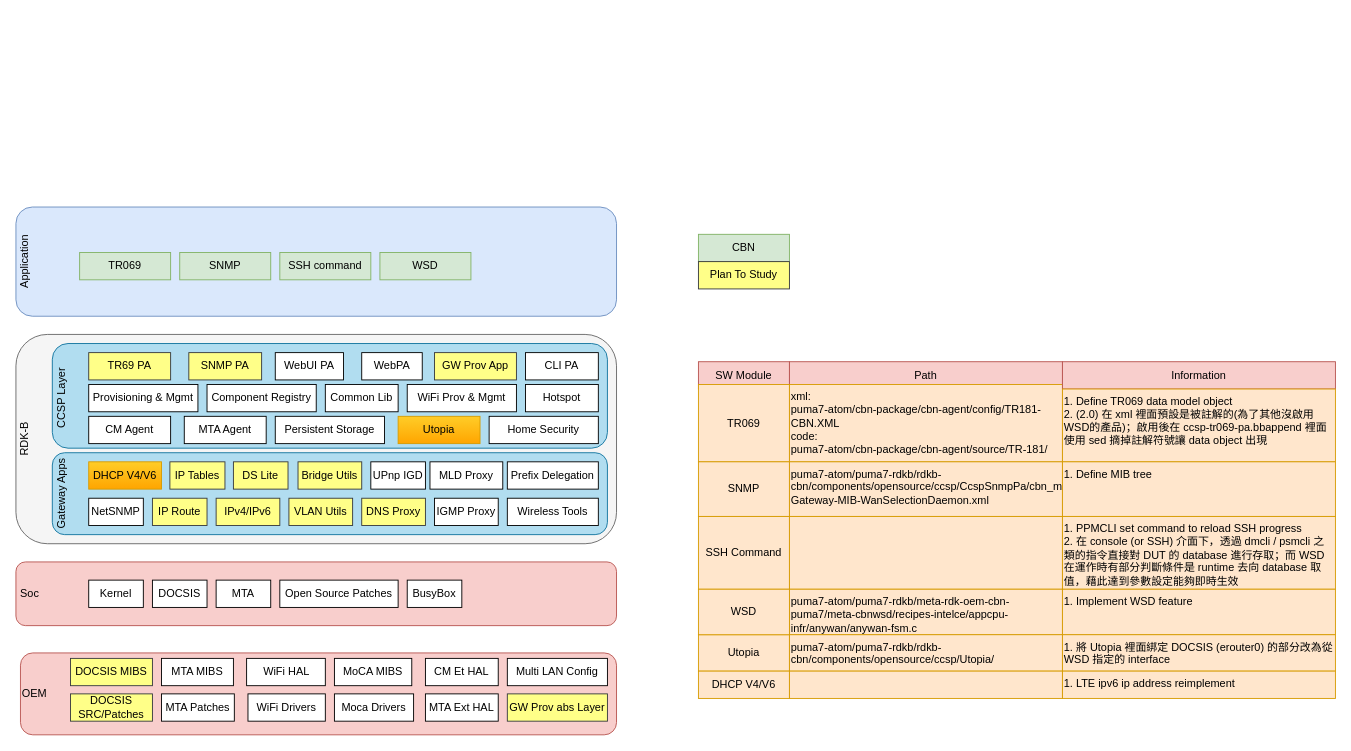
Before: page "Architecture" (3 of 12) of Puma7.drawio in nelsonchung/drawio, a draw.io diagram. Source tidied: cells renumbered, new cells numbered last; positions are measured from the earlier drawing's top-left corner, leaving out a move shared by most shapes. Both pictures are drawn from the tidied source at 91%, with x=0, y=0 at pixel (-3, 207).
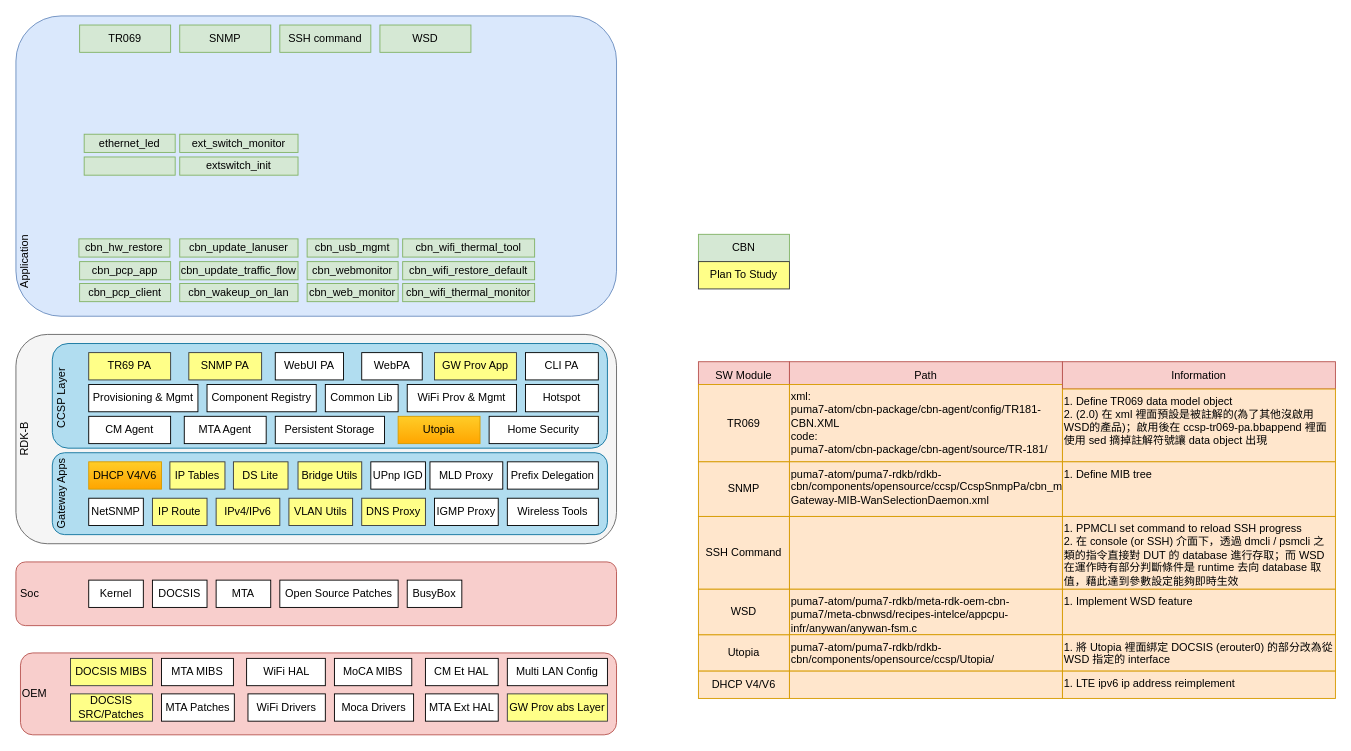
The same page after the edit.

The edit, as a diff of the source:
```diff
@@
     <mxCell id="5" style="rounded=1;whiteSpace=wrap;html=1;fillColor=#dae8fc;strokeColor=#6c8ebf;align=left;" parent="1" vertex="1">
-      <mxGeometry x="20" width="660" height="120" as="geometry" />
+      <mxGeometry x="20" y="-210" width="660" height="330" as="geometry" />
     </mxCell>
     <mxCell id="6" value="TR069" style="rounded=0;whiteSpace=wrap;html=1;fillColor=#d5e8d4;strokeColor=#82b366;" parent="1" vertex="1">
-      <mxGeometry x="90" y="50" width="100" height="30" as="geometry" />
+      <mxGeometry x="90" y="-200" width="100" height="30" as="geometry" />
     </mxCell>
     <mxCell id="7" value="SNMP" style="rounded=0;whiteSpace=wrap;html=1;fillColor=#d5e8d4;strokeColor=#82b366;" parent="1" vertex="1">
-      <mxGeometry x="200" y="50" width="100" height="30" as="geometry" />
+      <mxGeometry x="200" y="-200" width="100" height="30" as="geometry" />
     </mxCell>
     <mxCell id="8" value="SSH command" style="rounded=0;whiteSpace=wrap;html=1;fillColor=#d5e8d4;strokeColor=#82b366;" parent="1" vertex="1">
-      <mxGeometry x="310" y="50" width="100" height="30" as="geometry" />
+      <mxGeometry x="310" y="-200" width="100" height="30" as="geometry" />
     </mxCell>
@@
     <mxCell id="64" value="WSD" style="rounded=0;whiteSpace=wrap;html=1;fillColor=#d5e8d4;strokeColor=#82b366;" parent="1" vertex="1">
-      <mxGeometry x="420" y="50" width="100" height="30" as="geometry" />
+      <mxGeometry x="420" y="-200" width="100" height="30" as="geometry" />
     </mxCell>
@@
+    <mxCell id="88" value="cbn_hw_restore" style="rounded=0;whiteSpace=wrap;html=1;fillColor=#d5e8d4;strokeColor=#82b366;" parent="1" vertex="1">
+      <mxGeometry x="89.2" y="35" width="100" height="20" as="geometry" />
+    </mxCell>
+    <mxCell id="89" value="cbn_pcp_app" style="rounded=0;whiteSpace=wrap;html=1;fillColor=#d5e8d4;strokeColor=#82b366;" parent="1" vertex="1">
+      <mxGeometry x="90" y="60" width="100" height="20" as="geometry" />
+    </mxCell>
+    <mxCell id="90" value="cbn_pcp_client" style="rounded=0;whiteSpace=wrap;html=1;fillColor=#d5e8d4;strokeColor=#82b366;" parent="1" vertex="1">
+      <mxGeometry x="90" y="84" width="100" height="20" as="geometry" />
+    </mxCell>
+    <mxCell id="91" value="cbn_update_lanuser" style="rounded=0;whiteSpace=wrap;html=1;fillColor=#d5e8d4;strokeColor=#82b366;" parent="1" vertex="1">
+      <mxGeometry x="200" y="35" width="130" height="20" as="geometry" />
+    </mxCell>
+    <mxCell id="92" value="cbn_update_traffic_flow" style="rounded=0;whiteSpace=wrap;html=1;fillColor=#d5e8d4;strokeColor=#82b366;" parent="1" vertex="1">
+      <mxGeometry x="200" y="60" width="130" height="20" as="geometry" />
+    </mxCell>
+    <mxCell id="93" value="cbn_wakeup_on_lan" style="rounded=0;whiteSpace=wrap;html=1;fillColor=#d5e8d4;strokeColor=#82b366;" parent="1" vertex="1">
+      <mxGeometry x="200" y="84" width="130" height="20" as="geometry" />
+    </mxCell>
+    <mxCell id="94" value="cbn_usb_mgmt" style="rounded=0;whiteSpace=wrap;html=1;fillColor=#d5e8d4;strokeColor=#82b366;" parent="1" vertex="1">
+      <mxGeometry x="340" y="35" width="100" height="20" as="geometry" />
+    </mxCell>
+    <mxCell id="95" value="cbn_webmonitor" style="rounded=0;whiteSpace=wrap;html=1;fillColor=#d5e8d4;strokeColor=#82b366;" parent="1" vertex="1">
+      <mxGeometry x="340" y="60" width="100" height="20" as="geometry" />
+    </mxCell>
+    <mxCell id="96" value="cbn_wifi_thermal_tool" style="rounded=0;whiteSpace=wrap;html=1;fillColor=#d5e8d4;strokeColor=#82b366;" parent="1" vertex="1">
+      <mxGeometry x="445" y="35" width="145" height="20" as="geometry" />
+    </mxCell>
+    <mxCell id="97" value="cbn_wifi_restore_default" style="rounded=0;whiteSpace=wrap;html=1;fillColor=#d5e8d4;strokeColor=#82b366;" parent="1" vertex="1">
+      <mxGeometry x="445" y="60" width="145" height="20" as="geometry" />
+    </mxCell>
+    <mxCell id="98" value="cbn_wifi_thermal_monitor" style="rounded=0;whiteSpace=wrap;html=1;fillColor=#d5e8d4;strokeColor=#82b366;" parent="1" vertex="1">
+      <mxGeometry x="445" y="84" width="145" height="20" as="geometry" />
+    </mxCell>
+    <mxCell id="99" value="cbn_web_monitor" style="rounded=0;whiteSpace=wrap;html=1;fillColor=#d5e8d4;strokeColor=#82b366;" parent="1" vertex="1">
+      <mxGeometry x="340" y="84" width="100" height="20" as="geometry" />
+    </mxCell>
+    <mxCell id="100" value="ethernet_led" style="rounded=0;whiteSpace=wrap;html=1;fillColor=#d5e8d4;strokeColor=#82b366;" parent="1" vertex="1">
+      <mxGeometry x="95" y="-80" width="100" height="20" as="geometry" />
+    </mxCell>
+    <mxCell id="101" style="rounded=0;whiteSpace=wrap;html=1;fillColor=#d5e8d4;strokeColor=#82b366;" parent="1" vertex="1">
+      <mxGeometry x="95" y="-55" width="100" height="20" as="geometry" />
+    </mxCell>
+    <mxCell id="102" value="ext_switch_monitor" style="rounded=0;whiteSpace=wrap;html=1;fillColor=#d5e8d4;strokeColor=#82b366;" parent="1" vertex="1">
+      <mxGeometry x="200" y="-80" width="130" height="20" as="geometry" />
+    </mxCell>
+    <mxCell id="103" value="extswitch_init" style="rounded=0;whiteSpace=wrap;html=1;fillColor=#d5e8d4;strokeColor=#82b366;" parent="1" vertex="1">
+      <mxGeometry x="200" y="-55" width="130" height="20" as="geometry" />
+    </mxCell>
```
